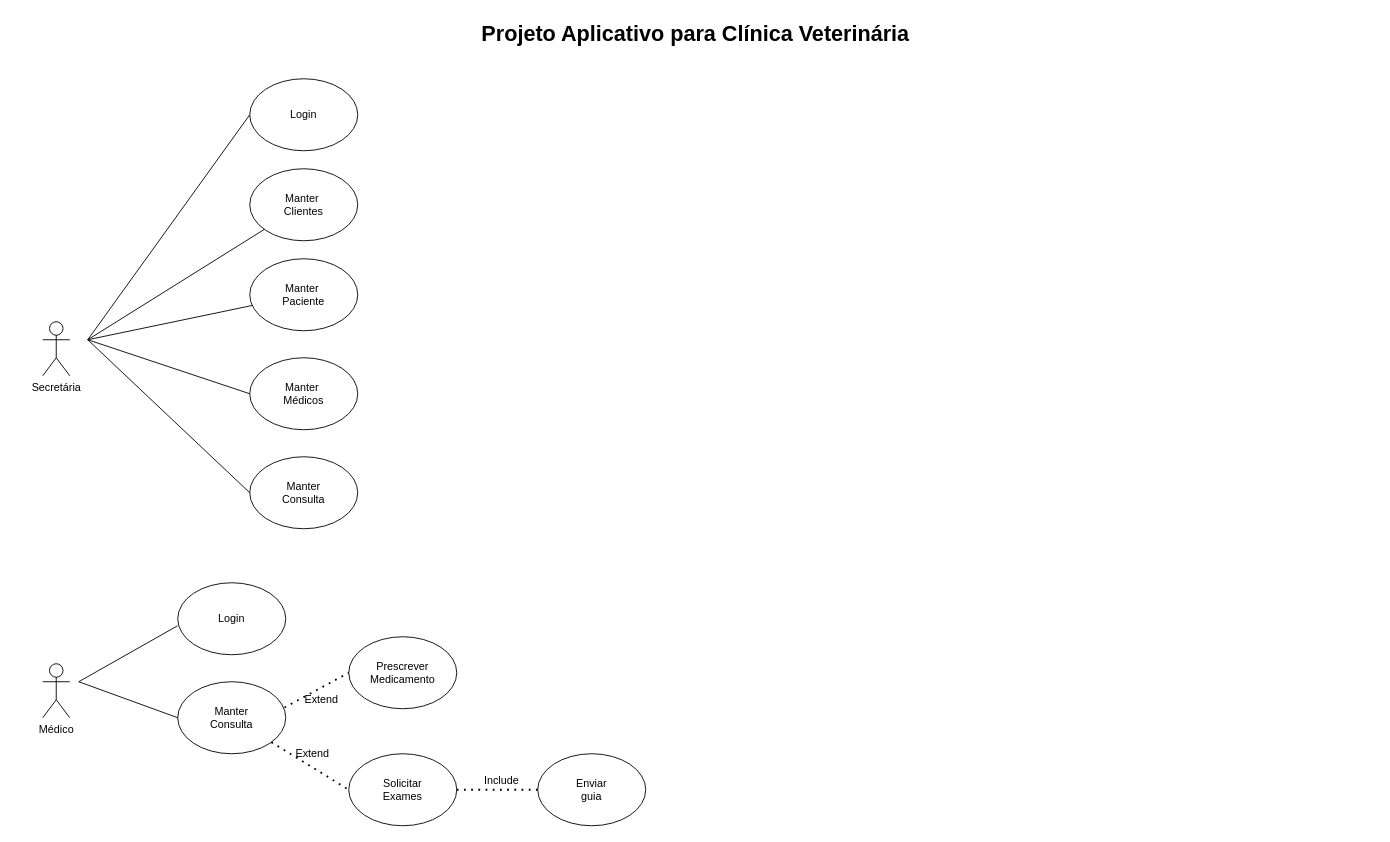
Above: Untitled Diagram.drawio in tiagocruz1979/EngSoftware (draw.io), before the change. Source tidied: cells renumbered, new cells numbered last; positions are measured from the earlier drawing's top-left corner, leaving out a move shared by most shapes. Both pictures are drawn from the tidied source at 90%, with x=0, y=0 at pixel (15, 15).
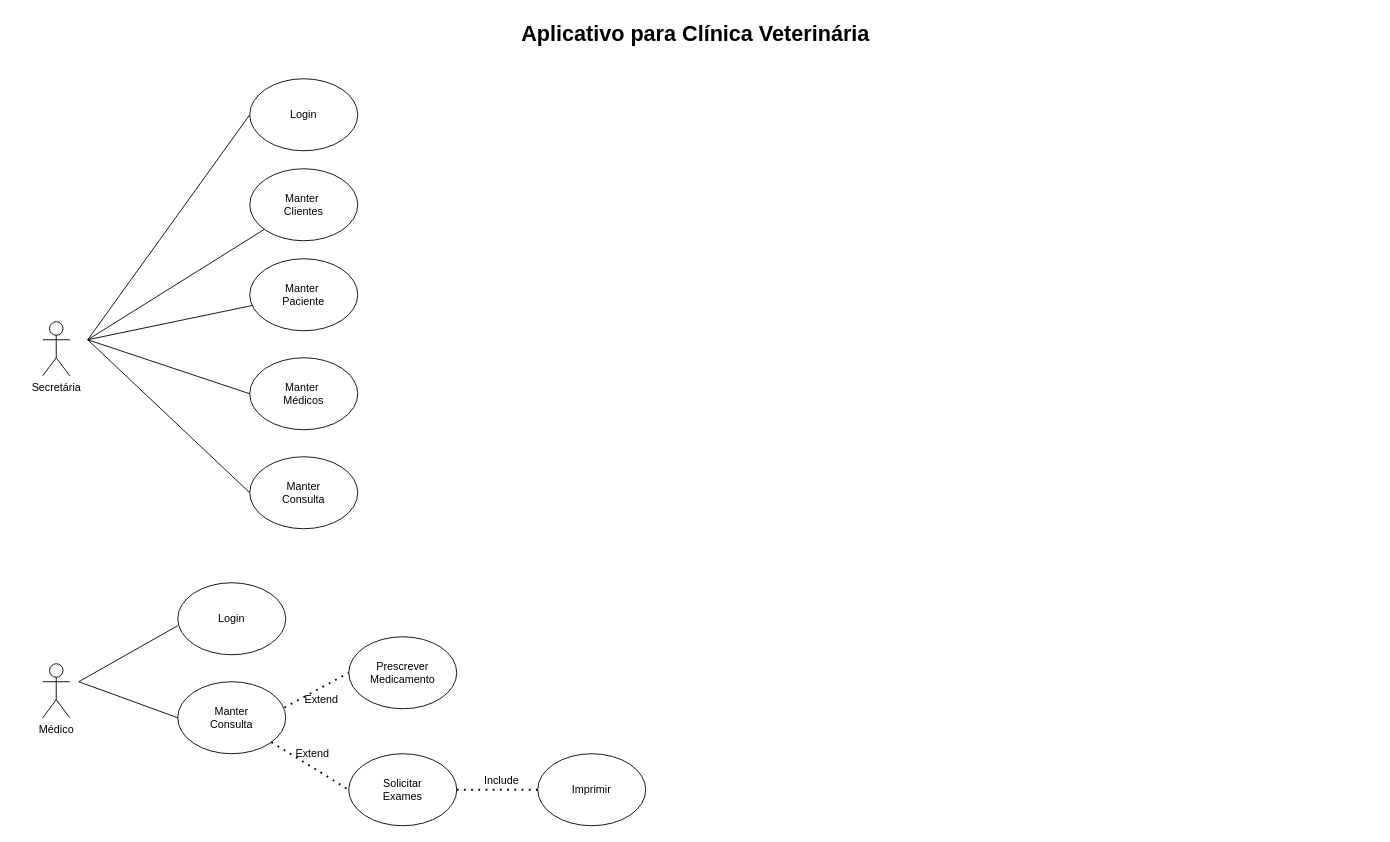
Above is the later version.

Change to the diagram source:
```diff
@@
-    <mxCell id="2" value="Projeto Aplicativo para Clínica Veterinária" style="text;strokeColor=none;fillColor=none;html=1;fontSize=24;fontStyle=1;verticalAlign=middle;align=center;" parent="1" vertex="1">
+    <mxCell id="2" value="Aplicativo para Clínica Veterinária" style="text;strokeColor=none;fillColor=none;html=1;fontSize=24;fontStyle=1;verticalAlign=middle;align=center;" parent="1" vertex="1">
       <mxGeometry width="1510" height="40" as="geometry" />
     </mxCell>
@@
-    <mxCell id="34" value="Enviar guia" style="text;html=1;strokeColor=none;fillColor=none;align=center;verticalAlign=middle;whiteSpace=wrap;rounded=0;" parent="1" vertex="1">
+    <mxCell id="34" value="Imprimir" style="text;html=1;strokeColor=none;fillColor=none;align=center;verticalAlign=middle;whiteSpace=wrap;rounded=0;" parent="1" vertex="1">
       <mxGeometry x="620" y="850" width="40" height="20" as="geometry" />
     </mxCell>
```
